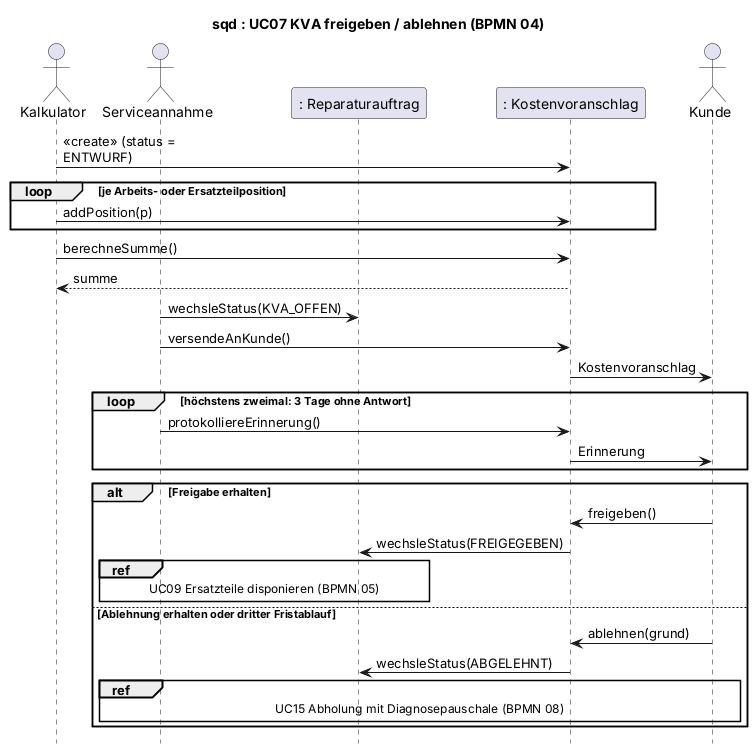
Above: 2_uml/entwurf-plantuml/sequenz-02-kva-freigabe.png in jakobschwan123-cmd/casestudy-semester-3 (PlantUML), before the change.
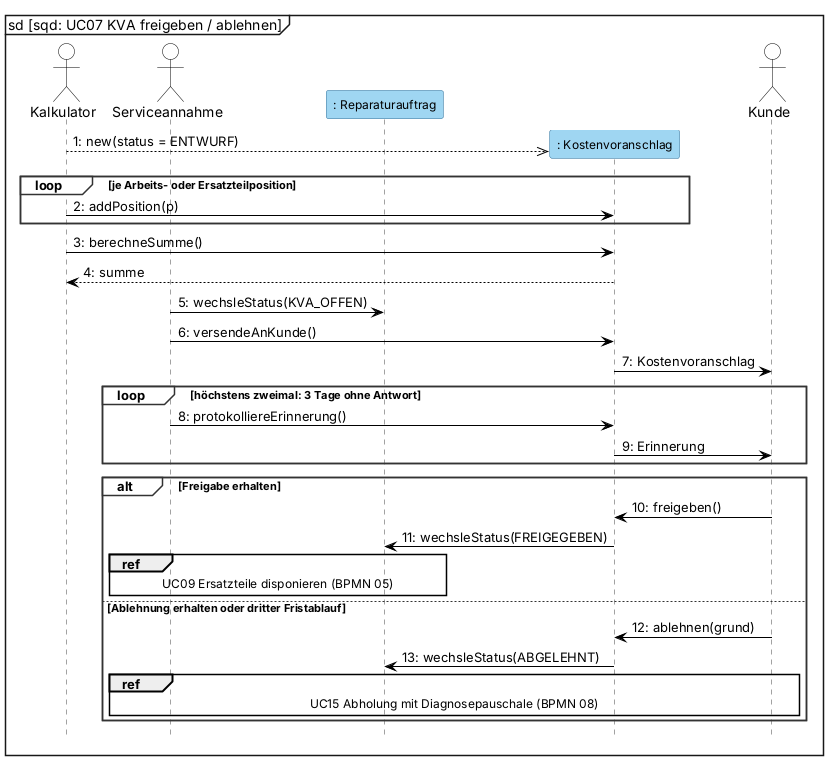
Later version of the same file.

Diff of the diagram source:
```diff
@@ -1,9 +1,24 @@
 @startuml
-title sqd : UC07 KVA freigeben / ablehnen (BPMN 04)
+mainframe sd [sqd: UC07 KVA freigeben / ablehnen]
 skinparam defaultFontName Arial
 skinparam sequenceMessageAlign left
 skinparam maxMessageSize 170
+skinparam shadowing false
+skinparam sequence {
+  ParticipantBackgroundColor #9FD6F2
+  ParticipantBorderColor #2E6E99
+  ParticipantFontSize 12
+  ActorBackgroundColor white
+  ActorBorderColor black
+  LifeLineBorderColor #444444
+  LifeLineBackgroundColor #9FD6F2
+  GroupBorderColor #333333
+  GroupBackgroundColor white
+  GroupHeaderFontStyle bold
+  ArrowColor black
+}
 hide footbox
+autonumber "0:"
 
 actor Kalkulator
 actor Serviceannahme as SM
@@ -11,7 +26,8 @@
 participant ": Kostenvoranschlag" as KVA
 actor Kunde
 
-Kalkulator -> KVA : <<create>> (status = ENTWURF)
+create KVA
+Kalkulator -->> KVA : new(status = ENTWURF)
 loop je Arbeits- oder Ersatzteilposition
     Kalkulator -> KVA : addPosition(p)
 end
```
